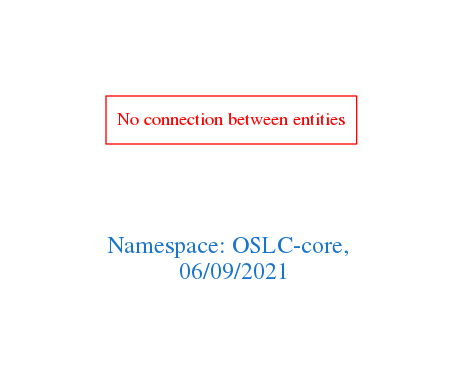
arago/OGIT keeps this Graphviz diagram as downloads/OSLC-core.png. Above is the earlier version. Its source is kept beside it as downloads/OSLC-core.dot.
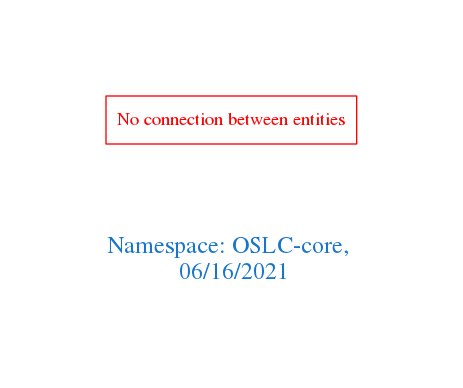
The same file after the commit.

Diff of the diagram source:
```diff
@@ -1,7 +1,7 @@
 digraph OGIT_ontology {
  graph [ rankdir= LR,pad=1
 fontsize = 18,
-fontcolor= dodgerblue3,label = "\n\n\nNamespace: OSLC-core, \n 06/09/2021"];
+fontcolor= dodgerblue3,label = "\n\n\nNamespace: OSLC-core, \n 06/16/2021"];
 node[shape=polygon];
 edge [  color="gray81"];
 
```
